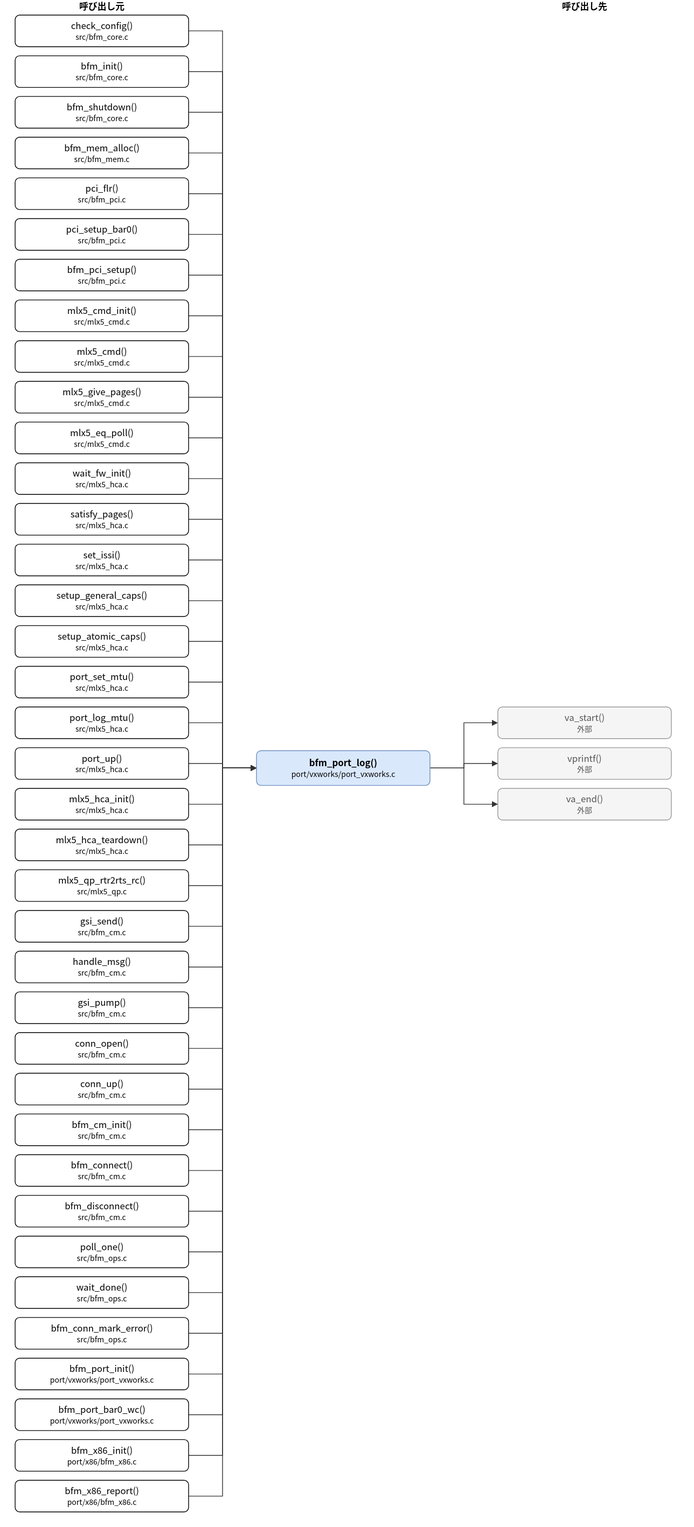
Above: doc/spec/images/call_port_vxworks_port_vxworks-bfm_port_log.drawio.svg in hf355051012-ai/bfmem (draw.io), before the change. Source tidied: cells renumbered, new cells last; positions are measured from the earlier drawing's top-left corner, leaving out a move shared by most shapes.
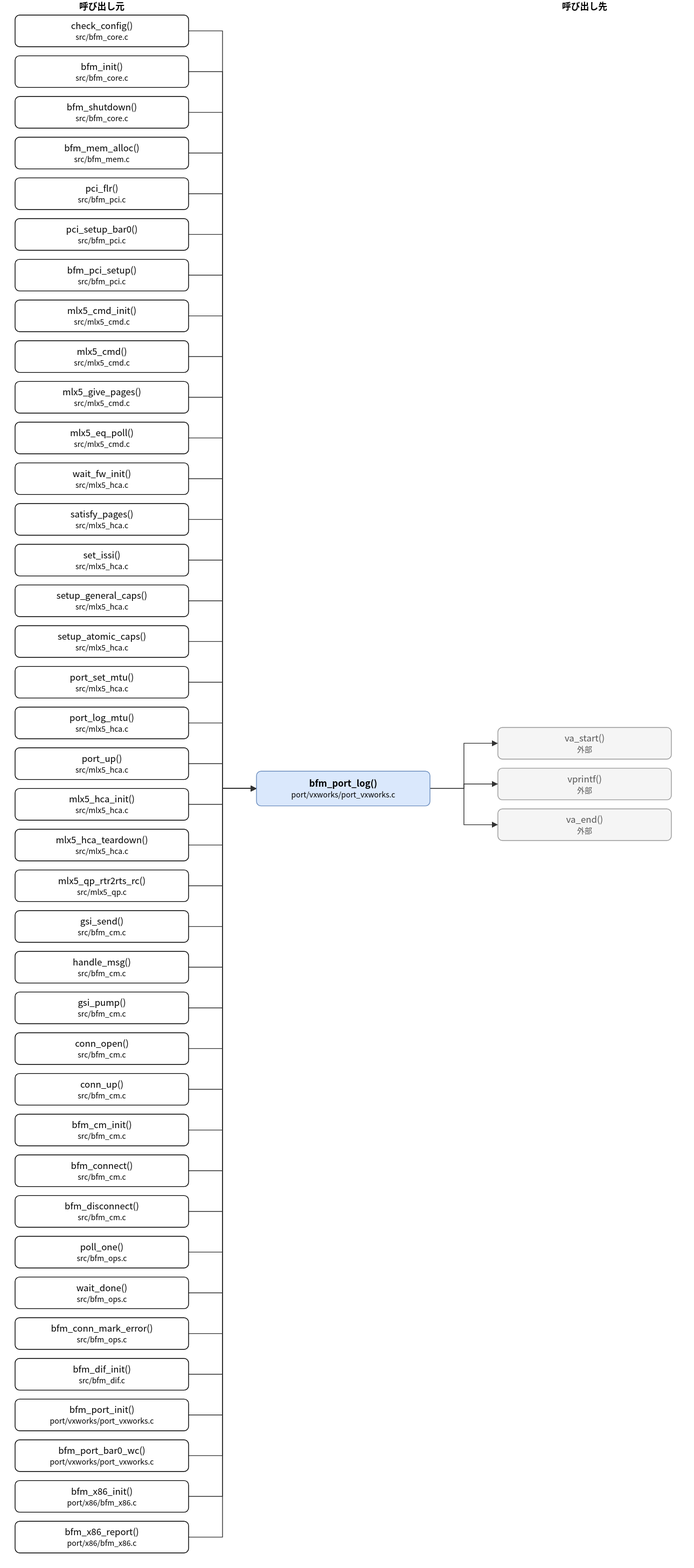
The same diagram one commit later.

Diff of the diagram source:
```diff
@@ -3,7 +3,7 @@
     <mxCell id="0" />
     <mxCell id="1" parent="0" />
     <mxCell id="2" value="bfm_port_log()&lt;br&gt;&lt;font style=&quot;font-size:10px&quot;&gt;port/vxworks/port_vxworks.c&lt;/font&gt;" style="rounded=1;whiteSpace=wrap;html=1;fillColor=#dae8fc;strokeColor=#6c8ebf;fontStyle=1;" parent="1" vertex="1">
-      <mxGeometry x="320" y="996" width="230" height="46" as="geometry" />
+      <mxGeometry x="320" y="1023" width="230" height="46" as="geometry" />
     </mxCell>
     <mxCell id="3" value="check_config()&lt;br&gt;&lt;font style=&quot;font-size:10px&quot;&gt;src/bfm_core.c&lt;/font&gt;" style="rounded=1;whiteSpace=wrap;html=1;" parent="1" vertex="1">
       <mxGeometry y="20" width="230" height="42" as="geometry" />
@@ -104,32 +104,35 @@
     <mxCell id="35" value="bfm_conn_mark_error()&lt;br&gt;&lt;font style=&quot;font-size:10px&quot;&gt;src/bfm_ops.c&lt;/font&gt;" style="rounded=1;whiteSpace=wrap;html=1;" parent="1" vertex="1">
       <mxGeometry y="1748" width="230" height="42" as="geometry" />
     </mxCell>
-    <mxCell id="36" value="bfm_port_init()&lt;br&gt;&lt;font style=&quot;font-size:10px&quot;&gt;port/vxworks/port_vxworks.c&lt;/font&gt;" style="rounded=1;whiteSpace=wrap;html=1;" parent="1" vertex="1">
+    <mxCell id="36" value="bfm_dif_init()&lt;br&gt;&lt;font style=&quot;font-size:10px&quot;&gt;src/bfm_dif.c&lt;/font&gt;" style="rounded=1;whiteSpace=wrap;html=1;" parent="1" vertex="1">
       <mxGeometry y="1802" width="230" height="42" as="geometry" />
     </mxCell>
-    <mxCell id="37" value="bfm_port_bar0_wc()&lt;br&gt;&lt;font style=&quot;font-size:10px&quot;&gt;port/vxworks/port_vxworks.c&lt;/font&gt;" style="rounded=1;whiteSpace=wrap;html=1;" parent="1" vertex="1">
+    <mxCell id="37" value="bfm_port_init()&lt;br&gt;&lt;font style=&quot;font-size:10px&quot;&gt;port/vxworks/port_vxworks.c&lt;/font&gt;" style="rounded=1;whiteSpace=wrap;html=1;" parent="1" vertex="1">
       <mxGeometry y="1856" width="230" height="42" as="geometry" />
     </mxCell>
-    <mxCell id="38" value="bfm_x86_init()&lt;br&gt;&lt;font style=&quot;font-size:10px&quot;&gt;port/x86/bfm_x86.c&lt;/font&gt;" style="rounded=1;whiteSpace=wrap;html=1;" parent="1" vertex="1">
+    <mxCell id="38" value="bfm_port_bar0_wc()&lt;br&gt;&lt;font style=&quot;font-size:10px&quot;&gt;port/vxworks/port_vxworks.c&lt;/font&gt;" style="rounded=1;whiteSpace=wrap;html=1;" parent="1" vertex="1">
       <mxGeometry y="1910" width="230" height="42" as="geometry" />
     </mxCell>
-    <mxCell id="39" value="bfm_x86_report()&lt;br&gt;&lt;font style=&quot;font-size:10px&quot;&gt;port/x86/bfm_x86.c&lt;/font&gt;" style="rounded=1;whiteSpace=wrap;html=1;" parent="1" vertex="1">
+    <mxCell id="39" value="bfm_x86_init()&lt;br&gt;&lt;font style=&quot;font-size:10px&quot;&gt;port/x86/bfm_x86.c&lt;/font&gt;" style="rounded=1;whiteSpace=wrap;html=1;" parent="1" vertex="1">
       <mxGeometry y="1964" width="230" height="42" as="geometry" />
     </mxCell>
+    <mxCell id="85" value="bfm_x86_report()&lt;br&gt;&lt;font style=&quot;font-size:10px&quot;&gt;port/x86/bfm_x86.c&lt;/font&gt;" style="rounded=1;whiteSpace=wrap;html=1;" parent="1" vertex="1">
+      <mxGeometry y="2018" width="230" height="42" as="geometry" />
+    </mxCell>
     <mxCell id="40" value="va_start()&lt;br&gt;&lt;font style=&quot;font-size:10px&quot;&gt;外部&lt;/font&gt;" style="rounded=1;whiteSpace=wrap;html=1;fillColor=#f5f5f5;strokeColor=#999999;fontColor=#555555;" parent="1" vertex="1">
-      <mxGeometry x="640" y="938" width="230" height="42" as="geometry" />
+      <mxGeometry x="640" y="965" width="230" height="42" as="geometry" />
     </mxCell>
     <mxCell id="41" value="vprintf()&lt;br&gt;&lt;font style=&quot;font-size:10px&quot;&gt;外部&lt;/font&gt;" style="rounded=1;whiteSpace=wrap;html=1;fillColor=#f5f5f5;strokeColor=#999999;fontColor=#555555;" parent="1" vertex="1">
-      <mxGeometry x="640" y="992" width="230" height="42" as="geometry" />
+      <mxGeometry x="640" y="1019" width="230" height="42" as="geometry" />
     </mxCell>
     <mxCell id="42" value="va_end()&lt;br&gt;&lt;font style=&quot;font-size:10px&quot;&gt;外部&lt;/font&gt;" style="rounded=1;whiteSpace=wrap;html=1;fillColor=#f5f5f5;strokeColor=#999999;fontColor=#555555;" parent="1" vertex="1">
-      <mxGeometry x="640" y="1046" width="230" height="42" as="geometry" />
+      <mxGeometry x="640" y="1073" width="230" height="42" as="geometry" />
     </mxCell>
     <mxCell id="43" style="edgeStyle=none;html=1;rounded=0;endArrow=block;endFill=1;exitX=1.0000;exitY=0.5000;exitDx=0;exitDy=0;exitPerimeter=0;entryX=0.0000;entryY=0.5000;entryDx=0;entryDy=0;entryPerimeter=0;" parent="1" edge="1" source="3" target="2">
       <mxGeometry relative="1" as="geometry">
         <Array as="points">
           <mxPoint x="275" y="41" />
-          <mxPoint x="275" y="1019" />
+          <mxPoint x="275" y="1046" />
         </Array>
       </mxGeometry>
     </mxCell>
@@ -137,7 +140,7 @@
       <mxGeometry relative="1" as="geometry">
         <Array as="points">
           <mxPoint x="275" y="95" />
-          <mxPoint x="275" y="1019" />
+          <mxPoint x="275" y="1046" />
         </Array>
       </mxGeometry>
     </mxCell>
@@ -145,7 +148,7 @@
       <mxGeometry relative="1" as="geometry">
         <Array as="points">
           <mxPoint x="275" y="149" />
-          <mxPoint x="275" y="1019" />
+          <mxPoint x="275" y="1046" />
         </Array>
       </mxGeometry>
     </mxCell>
@@ -153,7 +156,7 @@
       <mxGeometry relative="1" as="geometry">
         <Array as="points">
           <mxPoint x="275" y="203" />
-          <mxPoint x="275" y="1019" />
+          <mxPoint x="275" y="1046" />
         </Array>
       </mxGeometry>
     </mxCell>
@@ -161,7 +164,7 @@
       <mxGeometry relative="1" as="geometry">
         <Array as="points">
           <mxPoint x="275" y="257" />
-          <mxPoint x="275" y="1019" />
+          <mxPoint x="275" y="1046" />
         </Array>
       </mxGeometry>
     </mxCell>
@@ -169,7 +172,7 @@
       <mxGeometry relative="1" as="geometry">
         <Array as="points">
           <mxPoint x="275" y="311" />
-          <mxPoint x="275" y="1019" />
+          <mxPoint x="275" y="1046" />
         </Array>
       </mxGeometry>
     </mxCell>
@@ -177,7 +180,7 @@
       <mxGeometry relative="1" as="geometry">
         <Array as="points">
           <mxPoint x="275" y="365" />
-          <mxPoint x="275" y="1019" />
+          <mxPoint x="275" y="1046" />
         </Array>
       </mxGeometry>
     </mxCell>
@@ -185,7 +188,7 @@
       <mxGeometry relative="1" as="geometry">
         <Array as="points">
           <mxPoint x="275" y="419" />
-          <mxPoint x="275" y="1019" />
+          <mxPoint x="275" y="1046" />
         </Array>
       </mxGeometry>
     </mxCell>
@@ -193,7 +196,7 @@
       <mxGeometry relative="1" as="geometry">
         <Array as="points">
           <mxPoint x="275" y="473" />
-          <mxPoint x="275" y="1019" />
+          <mxPoint x="275" y="1046" />
         </Array>
       </mxGeometry>
     </mxCell>
@@ -201,7 +204,7 @@
       <mxGeometry relative="1" as="geometry">
         <Array as="points">
           <mxPoint x="275" y="527" />
-          <mxPoint x="275" y="1019" />
+          <mxPoint x="275" y="1046" />
         </Array>
       </mxGeometry>
     </mxCell>
@@ -209,7 +212,7 @@
       <mxGeometry relative="1" as="geometry">
         <Array as="points">
           <mxPoint x="275" y="581" />
-          <mxPoint x="275" y="1019" />
+          <mxPoint x="275" y="1046" />
         </Array>
       </mxGeometry>
     </mxCell>
@@ -217,7 +220,7 @@
       <mxGeometry relative="1" as="geometry">
         <Array as="points">
           <mxPoint x="275" y="635" />
-          <mxPoint x="275" y="1019" />
+          <mxPoint x="275" y="1046" />
         </Array>
       </mxGeometry>
     </mxCell>
@@ -225,7 +228,7 @@
       <mxGeometry relative="1" as="geometry">
         <Array as="points">
           <mxPoint x="275" y="689" />
-          <mxPoint x="275" y="1019" />
+          <mxPoint x="275" y="1046" />
         </Array>
       </mxGeometry>
     </mxCell>
@@ -233,7 +236,7 @@
       <mxGeometry relative="1" as="geometry">
         <Array as="points">
           <mxPoint x="275" y="743" />
-          <mxPoint x="275" y="1019" />
+          <mxPoint x="275" y="1046" />
         </Array>
       </mxGeometry>
     </mxCell>
@@ -241,7 +244,7 @@
       <mxGeometry relative="1" as="geometry">
         <Array as="points">
           <mxPoint x="275" y="797" />
-          <mxPoint x="275" y="1019" />
+          <mxPoint x="275" y="1046" />
         </Array>
       </mxGeometry>
     </mxCell>
@@ -249,7 +252,7 @@
       <mxGeometry relative="1" as="geometry">
         <Array as="points">
           <mxPoint x="275" y="851" />
-          <mxPoint x="275" y="1019" />
+          <mxPoint x="275" y="1046" />
         </Array>
       </mxGeometry>
     </mxCell>
@@ -257,7 +260,7 @@
       <mxGeometry relative="1" as="geometry">
         <Array as="points">
           <mxPoint x="275" y="905" />
-          <mxPoint x="275" y="1019" />
+          <mxPoint x="275" y="1046" />
         </Array>
       </mxGeometry>
     </mxCell>
@@ -265,7 +268,7 @@
       <mxGeometry relative="1" as="geometry">
         <Array as="points">
           <mxPoint x="275" y="959" />
-          <mxPoint x="275" y="1019" />
+          <mxPoint x="275" y="1046" />
         </Array>
       </mxGeometry>
     </mxCell>
@@ -273,7 +276,7 @@
       <mxGeometry relative="1" as="geometry">
         <Array as="points">
           <mxPoint x="275" y="1013" />
-          <mxPoint x="275" y="1019" />
+          <mxPoint x="275" y="1046" />
         </Array>
       </mxGeometry>
     </mxCell>
@@ -281,7 +284,7 @@
       <mxGeometry relative="1" as="geometry">
         <Array as="points">
           <mxPoint x="275" y="1067" />
-          <mxPoint x="275" y="1019" />
+          <mxPoint x="275" y="1046" />
         </Array>
       </mxGeometry>
     </mxCell>
@@ -289,7 +292,7 @@
       <mxGeometry relative="1" as="geometry">
         <Array as="points">
           <mxPoint x="275" y="1121" />
-          <mxPoint x="275" y="1019" />
+          <mxPoint x="275" y="1046" />
         </Array>
       </mxGeometry>
     </mxCell>
@@ -297,7 +300,7 @@
       <mxGeometry relative="1" as="geometry">
         <Array as="points">
           <mxPoint x="275" y="1175" />
-          <mxPoint x="275" y="1019" />
+          <mxPoint x="275" y="1046" />
         </Array>
       </mxGeometry>
     </mxCell>
@@ -305,7 +308,7 @@
       <mxGeometry relative="1" as="geometry">
         <Array as="points">
           <mxPoint x="275" y="1229" />
-          <mxPoint x="275" y="1019" />
+          <mxPoint x="275" y="1046" />
         </Array>
       </mxGeometry>
     </mxCell>
@@ -313,7 +316,7 @@
       <mxGeometry relative="1" as="geometry">
         <Array as="points">
           <mxPoint x="275" y="1283" />
-          <mxPoint x="275" y="1019" />
+          <mxPoint x="275" y="1046" />
         </Array>
       </mxGeometry>
     </mxCell>
@@ -321,7 +324,7 @@
       <mxGeometry relative="1" as="geometry">
         <Array as="points">
           <mxPoint x="275" y="1337" />
-          <mxPoint x="275" y="1019" />
+          <mxPoint x="275" y="1046" />
         </Array>
       </mxGeometry>
     </mxCell>
@@ -329,7 +332,7 @@
       <mxGeometry relative="1" as="geometry">
         <Array as="points">
           <mxPoint x="275" y="1391" />
-          <mxPoint x="275" y="1019" />
+          <mxPoint x="275" y="1046" />
         </Array>
       </mxGeometry>
     </mxCell>
@@ -337,7 +340,7 @@
       <mxGeometry relative="1" as="geometry">
         <Array as="points">
           <mxPoint x="275" y="1445" />
-          <mxPoint x="275" y="1019" />
+          <mxPoint x="275" y="1046" />
         </Array>
       </mxGeometry>
     </mxCell>
@@ -345,7 +348,7 @@
       <mxGeometry relative="1" as="geometry">
         <Array as="points">
           <mxPoint x="275" y="1499" />
-          <mxPoint x="275" y="1019" />
+          <mxPoint x="275" y="1046" />
         </Array>
       </mxGeometry>
     </mxCell>
@@ -353,7 +356,7 @@
       <mxGeometry relative="1" as="geometry">
         <Array as="points">
           <mxPoint x="275" y="1553" />
-          <mxPoint x="275" y="1019" />
+          <mxPoint x="275" y="1046" />
         </Array>
       </mxGeometry>
     </mxCell>
@@ -361,7 +364,7 @@
       <mxGeometry relative="1" as="geometry">
         <Array as="points">
           <mxPoint x="275" y="1607" />
-          <mxPoint x="275" y="1019" />
+          <mxPoint x="275" y="1046" />
         </Array>
       </mxGeometry>
     </mxCell>
@@ -369,7 +372,7 @@
       <mxGeometry relative="1" as="geometry">
         <Array as="points">
           <mxPoint x="275" y="1661" />
-          <mxPoint x="275" y="1019" />
+          <mxPoint x="275" y="1046" />
         </Array>
       </mxGeometry>
     </mxCell>
@@ -377,7 +380,7 @@
       <mxGeometry relative="1" as="geometry">
         <Array as="points">
           <mxPoint x="275" y="1715" />
-          <mxPoint x="275" y="1019" />
+          <mxPoint x="275" y="1046" />
         </Array>
       </mxGeometry>
     </mxCell>
@@ -385,7 +388,7 @@
       <mxGeometry relative="1" as="geometry">
         <Array as="points">
           <mxPoint x="275" y="1769" />
-          <mxPoint x="275" y="1019" />
+          <mxPoint x="275" y="1046" />
         </Array>
       </mxGeometry>
     </mxCell>
@@ -393,7 +396,7 @@
       <mxGeometry relative="1" as="geometry">
         <Array as="points">
           <mxPoint x="275" y="1823" />
-          <mxPoint x="275" y="1019" />
+          <mxPoint x="275" y="1046" />
         </Array>
       </mxGeometry>
     </mxCell>
@@ -401,7 +404,7 @@
       <mxGeometry relative="1" as="geometry">
         <Array as="points">
           <mxPoint x="275" y="1877" />
-          <mxPoint x="275" y="1019" />
+          <mxPoint x="275" y="1046" />
         </Array>
       </mxGeometry>
     </mxCell>
@@ -409,7 +412,7 @@
       <mxGeometry relative="1" as="geometry">
         <Array as="points">
           <mxPoint x="275" y="1931" />
-          <mxPoint x="275" y="1019" />
+          <mxPoint x="275" y="1046" />
         </Array>
       </mxGeometry>
     </mxCell>
@@ -417,34 +420,42 @@
       <mxGeometry relative="1" as="geometry">
         <Array as="points">
           <mxPoint x="275" y="1985" />
-          <mxPoint x="275" y="1019" />
+          <mxPoint x="275" y="1046" />
         </Array>
       </mxGeometry>
     </mxCell>
-    <mxCell id="80" style="edgeStyle=none;html=1;rounded=0;endArrow=block;endFill=1;exitX=1.0000;exitY=0.5000;exitDx=0;exitDy=0;exitPerimeter=0;entryX=0.0000;entryY=0.5000;entryDx=0;entryDy=0;entryPerimeter=0;" parent="1" edge="1" source="2" target="40">
+    <mxCell id="80" style="edgeStyle=none;html=1;rounded=0;endArrow=block;endFill=1;exitX=1.0000;exitY=0.5000;exitDx=0;exitDy=0;exitPerimeter=0;entryX=0.0000;entryY=0.5000;entryDx=0;entryDy=0;entryPerimeter=0;" parent="1" edge="1" source="85" target="2">
       <mxGeometry relative="1" as="geometry">
         <Array as="points">
-          <mxPoint x="595" y="1019" />
-          <mxPoint x="595" y="959" />
+          <mxPoint x="275" y="2039" />
+          <mxPoint x="275" y="1046" />
         </Array>
       </mxGeometry>
     </mxCell>
-    <mxCell id="81" style="edgeStyle=none;html=1;rounded=0;endArrow=block;endFill=1;exitX=1.0000;exitY=0.5000;exitDx=0;exitDy=0;exitPerimeter=0;entryX=0.0000;entryY=0.5000;entryDx=0;entryDy=0;entryPerimeter=0;" parent="1" edge="1" source="2" target="41">
+    <mxCell id="81" style="edgeStyle=none;html=1;rounded=0;endArrow=block;endFill=1;exitX=1.0000;exitY=0.5000;exitDx=0;exitDy=0;exitPerimeter=0;entryX=0.0000;entryY=0.5000;entryDx=0;entryDy=0;entryPerimeter=0;" parent="1" edge="1" source="2" target="40">
       <mxGeometry relative="1" as="geometry">
         <Array as="points">
-          <mxPoint x="595" y="1019" />
-          <mxPoint x="595" y="1013" />
+          <mxPoint x="595" y="1046" />
+          <mxPoint x="595" y="986" />
         </Array>
       </mxGeometry>
     </mxCell>
-    <mxCell id="82" style="edgeStyle=none;html=1;rounded=0;endArrow=block;endFill=1;exitX=1.0000;exitY=0.5000;exitDx=0;exitDy=0;exitPerimeter=0;entryX=0.0000;entryY=0.5000;entryDx=0;entryDy=0;entryPerimeter=0;" parent="1" edge="1" source="2" target="42">
+    <mxCell id="82" style="edgeStyle=none;html=1;rounded=0;endArrow=block;endFill=1;exitX=1.0000;exitY=0.5000;exitDx=0;exitDy=0;exitPerimeter=0;entryX=0.0000;entryY=0.5000;entryDx=0;entryDy=0;entryPerimeter=0;" parent="1" edge="1" source="2" target="41">
       <mxGeometry relative="1" as="geometry">
         <Array as="points">
-          <mxPoint x="595" y="1019" />
-          <mxPoint x="595" y="1067" />
+          <mxPoint x="595" y="1046" />
+          <mxPoint x="595" y="1040" />
         </Array>
       </mxGeometry>
     </mxCell>
+    <mxCell id="86" style="edgeStyle=none;html=1;rounded=0;endArrow=block;endFill=1;exitX=1.0000;exitY=0.5000;exitDx=0;exitDy=0;exitPerimeter=0;entryX=0.0000;entryY=0.5000;entryDx=0;entryDy=0;entryPerimeter=0;" parent="1" edge="1" source="2" target="42">
+      <mxGeometry relative="1" as="geometry">
+        <Array as="points">
+          <mxPoint x="595" y="1046" />
+          <mxPoint x="595" y="1094" />
+        </Array>
+      </mxGeometry>
+    </mxCell>
     <mxCell id="83" value="呼び出し元" style="text;html=1;align=center;fontStyle=1;" parent="1" vertex="1">
       <mxGeometry x="35" width="160" height="18" as="geometry" />
     </mxCell>
```
